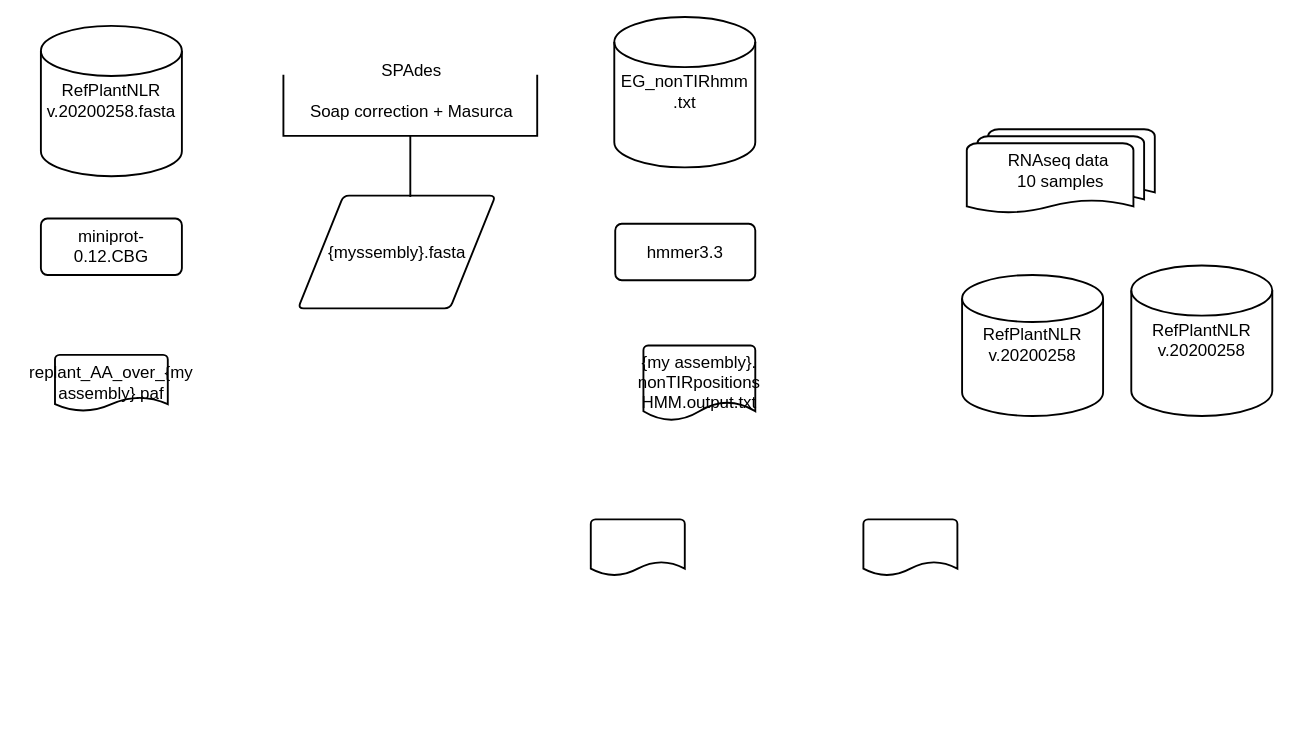
Above: Untitled Diagram.drawio in acarolinao/planets (draw.io), before the change. Source tidied: cells renumbered, new cells numbered last; positions are measured from the earlier drawing's top-left corner, leaving out a move shared by most shapes. Both pictures are drawn from the tidied source at 94%, with x=0, y=0 at pixel (40, 8).
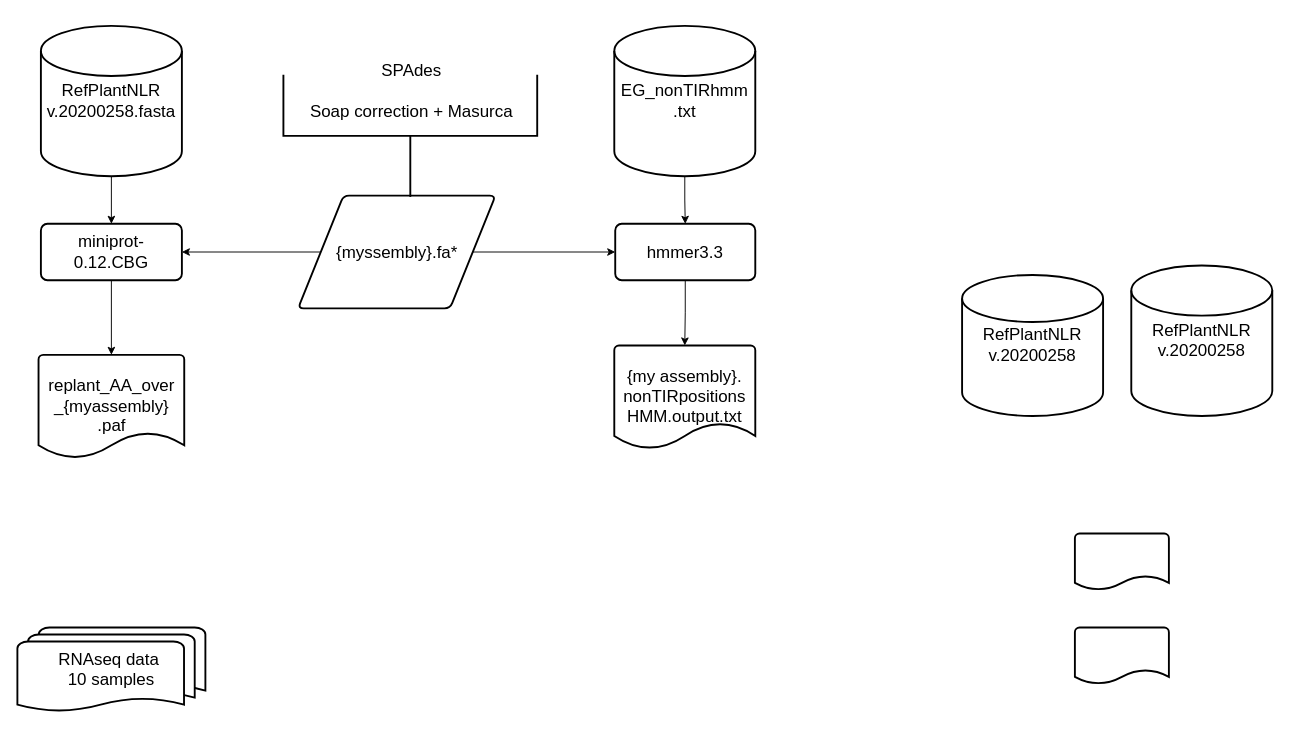
After the change.

Unchanged cells that the change refers to:
```xml
<mxCell id="9" value="&lt;font style=&quot;font-size: 18px;&quot;&gt;RefPlantNLR&lt;br&gt;v.20200258.fasta&lt;/font&gt;" style="strokeWidth=2;html=1;shape=mxgraph.flowchart.database;whiteSpace=wrap;" parent="1" vertex="1">
  <mxGeometry y="18" width="150" height="160" as="geometry" />
</mxCell>
<mxCell id="14" value="&lt;font style=&quot;font-size: 18px;&quot;&gt;hmmer3.3&lt;/font&gt;" style="rounded=1;whiteSpace=wrap;html=1;absoluteArcSize=1;arcSize=14;strokeWidth=2;" parent="1" vertex="1">
  <mxGeometry x="611" y="228.6" width="149" height="60" as="geometry" />
</mxCell>
```

Change to the diagram source:
```diff
@@
+    <mxCell id="16" style="edgeStyle=orthogonalEdgeStyle;rounded=0;jettySize=auto;html=1;entryX=1;entryY=0.5;entryDx=0;entryDy=0;" parent="1" edge="1" source="2" target="13">
+      <mxGeometry relative="1" as="geometry" />
+    </mxCell>
+    <mxCell id="17" style="edgeStyle=orthogonalEdgeStyle;rounded=0;jettySize=auto;html=1;entryX=0;entryY=0.5;entryDx=0;entryDy=0;" parent="1" edge="1" source="2" target="14">
+      <mxGeometry relative="1" as="geometry" />
+    </mxCell>
-    <mxCell id="2" value="&lt;font style=&quot;font-size: 18px;&quot;&gt;{myssembly}.fasta&lt;/font&gt;" style="shape=parallelogram;html=1;strokeWidth=2;perimeter=parallelogramPerimeter;whiteSpace=wrap;rounded=1;arcSize=12;size=0.23;" parent="1" vertex="1">
+    <mxCell id="2" value="&lt;font style=&quot;font-size: 18px;&quot;&gt;{myssembly}.fa*&lt;/font&gt;" style="shape=parallelogram;html=1;strokeWidth=2;perimeter=parallelogramPerimeter;whiteSpace=wrap;rounded=1;arcSize=12;size=0.23;" parent="1" vertex="1">
       <mxGeometry x="273.6" y="198.6" width="210" height="120" as="geometry" />
     </mxCell>
@@
     <mxCell id="5" style="strokeWidth=2;html=1;shape=mxgraph.flowchart.document2;whiteSpace=wrap;size=0.25;" parent="1" vertex="1">
-      <mxGeometry x="875" y="543" width="100" height="60" as="geometry" />
+      <mxGeometry x="1100" y="658" width="100" height="60" as="geometry" />
     </mxCell>
     <mxCell id="6" style="strokeWidth=2;html=1;shape=mxgraph.flowchart.document2;whiteSpace=wrap;size=0.25;" parent="1" vertex="1">
-      <mxGeometry x="585" y="543" width="100" height="60" as="geometry" />
+      <mxGeometry x="1100" y="558" width="100" height="60" as="geometry" />
     </mxCell>
     <mxCell id="7" value="&lt;font style=&quot;font-size: 18px;&quot;&gt;{my assembly}.&lt;br&gt;nonTIRpositions&lt;br&gt;HMM.output.txt&lt;/font&gt;" style="strokeWidth=2;html=1;shape=mxgraph.flowchart.document2;whiteSpace=wrap;size=0.25;" parent="1" vertex="1">
-      <mxGeometry x="641" y="358" width="119" height="80" as="geometry" />
+      <mxGeometry x="610" y="358" width="150" height="110" as="geometry" />
     </mxCell>
-    <mxCell id="8" value="&lt;font style=&quot;font-size: 18px;&quot;&gt;replant_AA_over_{my assembly}.paf&lt;/font&gt;" style="strokeWidth=2;html=1;shape=mxgraph.flowchart.document2;whiteSpace=wrap;size=0.25;" parent="1" vertex="1">
-      <mxGeometry x="15" y="368" width="120" height="60" as="geometry" />
+    <mxCell id="8" value="&lt;font style=&quot;font-size: 18px;&quot;&gt;replant_AA_over _{myassembly} .paf&lt;/font&gt;" style="strokeWidth=2;html=1;shape=mxgraph.flowchart.document2;whiteSpace=wrap;size=0.25;" parent="1" vertex="1">
+      <mxGeometry x="-2.5" y="368" width="155" height="110" as="geometry" />
     </mxCell>
+    <mxCell id="18" style="edgeStyle=orthogonalEdgeStyle;rounded=0;jettySize=auto;html=1;exitX=0.5;exitY=1;exitDx=0;exitDy=0;exitPerimeter=0;entryX=0.5;entryY=0;entryDx=0;entryDy=0;" parent="1" edge="1" source="9" target="13">
+      <mxGeometry relative="1" as="geometry" />
+    </mxCell>
@@
+    <mxCell id="19" style="edgeStyle=orthogonalEdgeStyle;rounded=0;jettySize=auto;html=1;exitX=0.5;exitY=1;exitDx=0;exitDy=0;exitPerimeter=0;entryX=0.5;entryY=0;entryDx=0;entryDy=0;" parent="1" edge="1" source="12" target="14">
+      <mxGeometry relative="1" as="geometry" />
+    </mxCell>
     <mxCell id="12" value="&lt;font style=&quot;font-size: 18px;&quot;&gt;EG_nonTIRhmm .txt&lt;/font&gt;" style="strokeWidth=2;html=1;shape=mxgraph.flowchart.database;whiteSpace=wrap;" parent="1" vertex="1">
-      <mxGeometry x="610" y="8.6" width="150" height="160" as="geometry" />
+      <mxGeometry x="610" y="18" width="150" height="160" as="geometry" />
     </mxCell>
     <mxCell id="13" value="&lt;font style=&quot;font-size: 18px;&quot;&gt;miniprot-0.12.CBG&lt;/font&gt;" style="rounded=1;whiteSpace=wrap;html=1;absoluteArcSize=1;arcSize=14;strokeWidth=2;" parent="1" vertex="1">
-      <mxGeometry y="223" width="150" height="60" as="geometry" />
+      <mxGeometry y="228.6" width="150" height="60" as="geometry" />
     </mxCell>
@@
     <mxCell id="15" value="&lt;font style=&quot;font-size: 18px;&quot;&gt;RNAseq data&amp;nbsp;&lt;br&gt;10 samples&lt;br&gt;&lt;/font&gt;" style="strokeWidth=2;html=1;shape=mxgraph.flowchart.multi-document;whiteSpace=wrap;" parent="1" vertex="1">
-      <mxGeometry x="985" y="128" width="200" height="90" as="geometry" />
+      <mxGeometry x="-25" y="658" width="200" height="90" as="geometry" />
     </mxCell>
+    <mxCell id="20" style="edgeStyle=orthogonalEdgeStyle;rounded=0;jettySize=auto;html=1;exitX=0.5;exitY=1;exitDx=0;exitDy=0;entryX=0.5;entryY=0;entryDx=0;entryDy=0;entryPerimeter=0;" parent="1" edge="1" source="13" target="8">
+      <mxGeometry relative="1" as="geometry" />
+    </mxCell>
+    <mxCell id="21" style="edgeStyle=orthogonalEdgeStyle;rounded=0;jettySize=auto;html=1;entryX=0.5;entryY=0;entryDx=0;entryDy=0;entryPerimeter=0;" parent="1" edge="1" source="14" target="7">
+      <mxGeometry relative="1" as="geometry" />
+    </mxCell>
```
